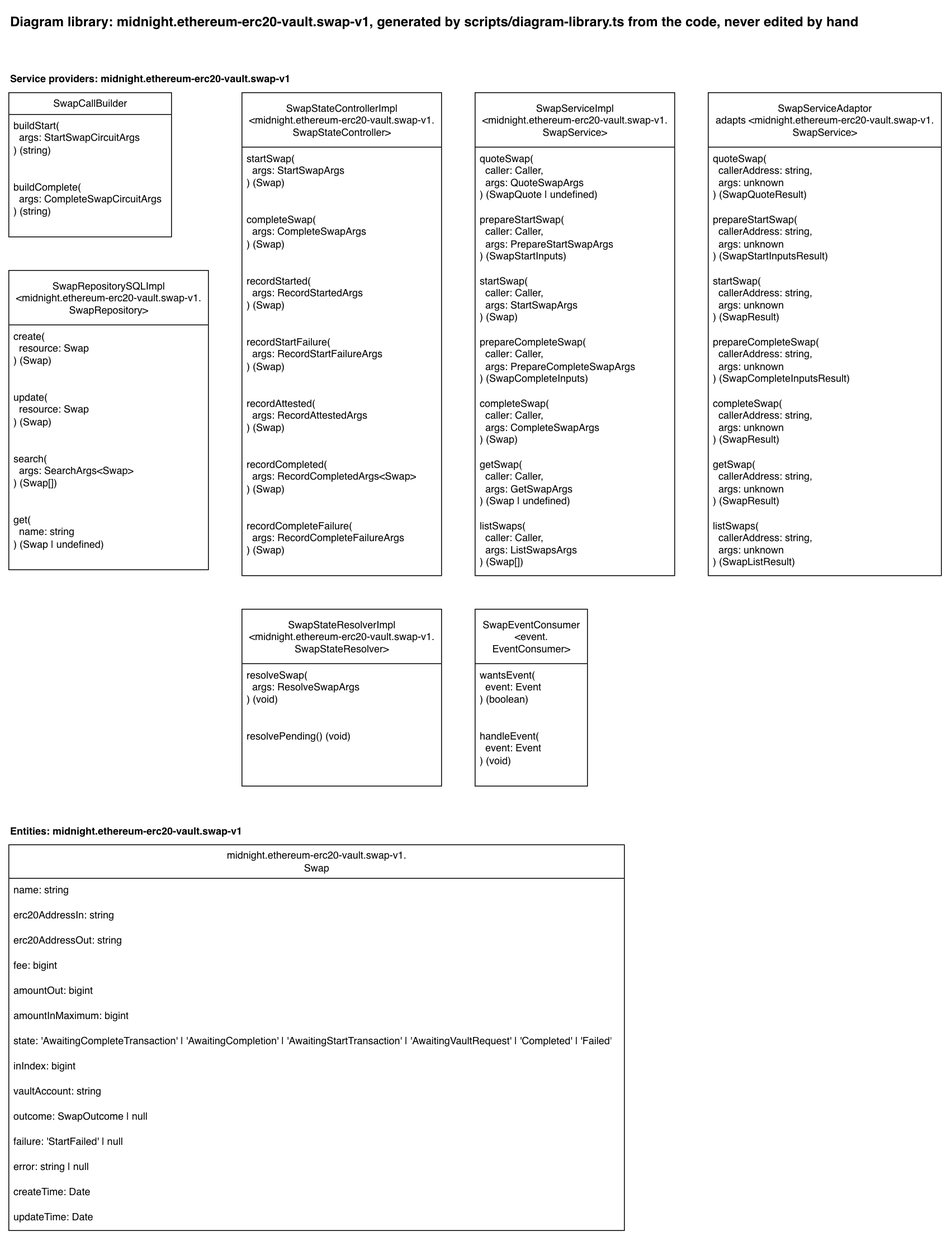
Before: docs/diagram-library/midnight/ethereum-erc20-vault/swap-v1/diagram-library.drawio.png, a diagram exported from draw.io (sig-net/full-stack-demo). Source tidied: cells renumbered, new cells last; positions are measured from the earlier drawing's top-left corner, leaving out a move shared by most shapes.
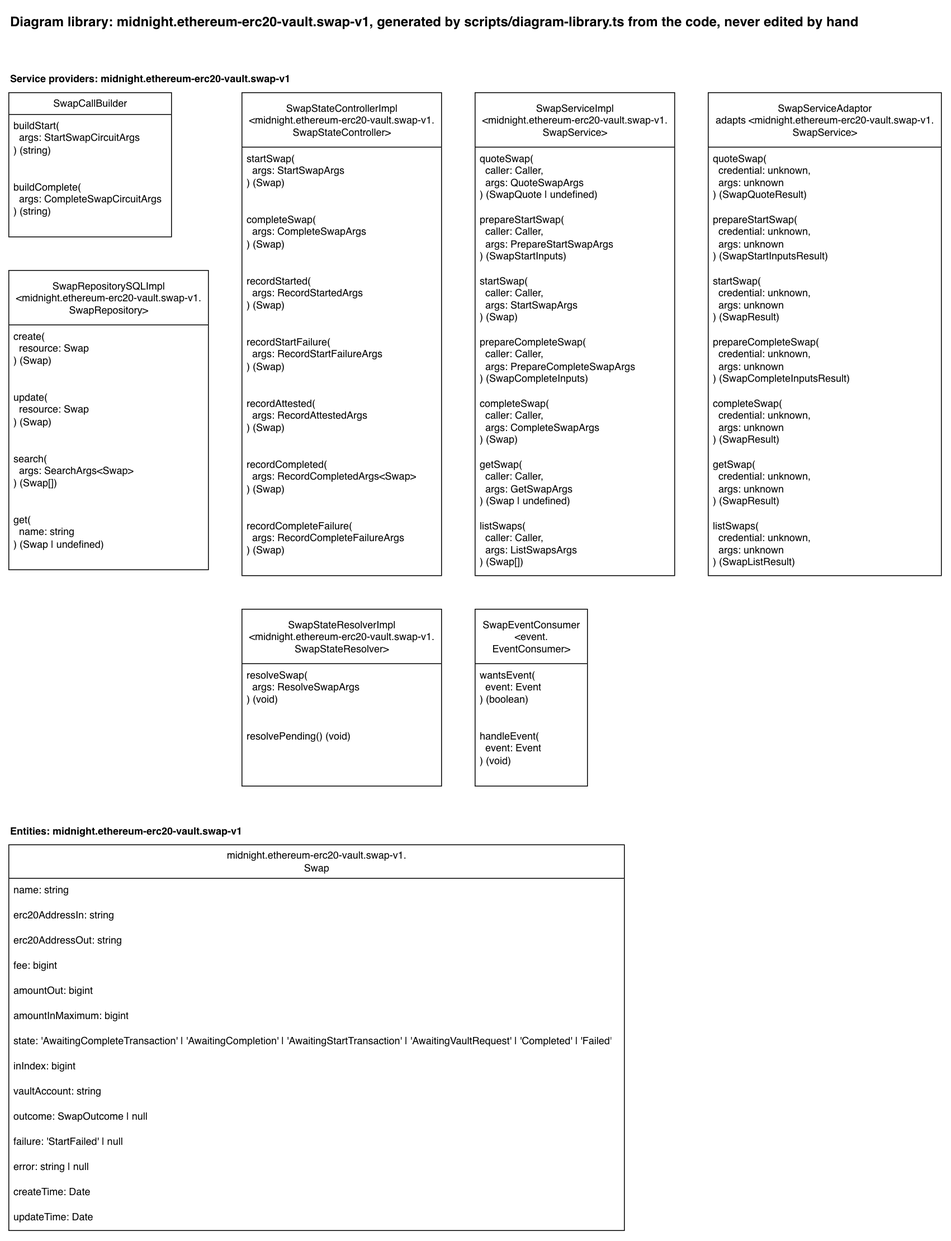
After the change.

The edit, as a diff of the source:
```diff
@@ -101,25 +101,25 @@
     <mxCell id="34" value="SwapServiceAdaptor&lt;br&gt;adapts &amp;lt;midnight.ethereum-erc20-vault.swap-v1.&lt;br&gt;SwapService&amp;gt;" style="swimlane;fontStyle=0;horizontal=1;startSize=65;fillColor=default;html=1;fillStyle=solid;" parent="1" vertex="1">
       <mxGeometry x="834" y="100" width="278" height="576" as="geometry" />
     </mxCell>
-    <mxCell id="35" value="quoteSwap(&lt;br&gt;&amp;nbsp; callerAddress: string,&lt;br&gt;&amp;nbsp; args: unknown&lt;br&gt;) (SwapQuoteResult)" style="text;strokeColor=none;fillColor=none;align=left;verticalAlign=top;spacingLeft=4;spacingRight=4;overflow=hidden;whiteSpace=wrap;html=1;" parent="34" vertex="1">
+    <mxCell id="35" value="quoteSwap(&lt;br&gt;&amp;nbsp; credential: unknown,&lt;br&gt;&amp;nbsp; args: unknown&lt;br&gt;) (SwapQuoteResult)" style="text;strokeColor=none;fillColor=none;align=left;verticalAlign=top;spacingLeft=4;spacingRight=4;overflow=hidden;whiteSpace=wrap;html=1;" parent="34" vertex="1">
       <mxGeometry y="65" width="278" height="73" as="geometry" />
     </mxCell>
-    <mxCell id="36" value="prepareStartSwap(&lt;br&gt;&amp;nbsp; callerAddress: string,&lt;br&gt;&amp;nbsp; args: unknown&lt;br&gt;) (SwapStartInputsResult)" style="text;strokeColor=none;fillColor=none;align=left;verticalAlign=top;spacingLeft=4;spacingRight=4;overflow=hidden;whiteSpace=wrap;html=1;" parent="34" vertex="1">
+    <mxCell id="36" value="prepareStartSwap(&lt;br&gt;&amp;nbsp; credential: unknown,&lt;br&gt;&amp;nbsp; args: unknown&lt;br&gt;) (SwapStartInputsResult)" style="text;strokeColor=none;fillColor=none;align=left;verticalAlign=top;spacingLeft=4;spacingRight=4;overflow=hidden;whiteSpace=wrap;html=1;" parent="34" vertex="1">
       <mxGeometry y="138" width="278" height="73" as="geometry" />
     </mxCell>
-    <mxCell id="37" value="startSwap(&lt;br&gt;&amp;nbsp; callerAddress: string,&lt;br&gt;&amp;nbsp; args: unknown&lt;br&gt;) (SwapResult)" style="text;strokeColor=none;fillColor=none;align=left;verticalAlign=top;spacingLeft=4;spacingRight=4;overflow=hidden;whiteSpace=wrap;html=1;" parent="34" vertex="1">
+    <mxCell id="37" value="startSwap(&lt;br&gt;&amp;nbsp; credential: unknown,&lt;br&gt;&amp;nbsp; args: unknown&lt;br&gt;) (SwapResult)" style="text;strokeColor=none;fillColor=none;align=left;verticalAlign=top;spacingLeft=4;spacingRight=4;overflow=hidden;whiteSpace=wrap;html=1;" parent="34" vertex="1">
       <mxGeometry y="211" width="278" height="73" as="geometry" />
     </mxCell>
-    <mxCell id="38" value="prepareCompleteSwap(&lt;br&gt;&amp;nbsp; callerAddress: string,&lt;br&gt;&amp;nbsp; args: unknown&lt;br&gt;) (SwapCompleteInputsResult)" style="text;strokeColor=none;fillColor=none;align=left;verticalAlign=top;spacingLeft=4;spacingRight=4;overflow=hidden;whiteSpace=wrap;html=1;" parent="34" vertex="1">
+    <mxCell id="38" value="prepareCompleteSwap(&lt;br&gt;&amp;nbsp; credential: unknown,&lt;br&gt;&amp;nbsp; args: unknown&lt;br&gt;) (SwapCompleteInputsResult)" style="text;strokeColor=none;fillColor=none;align=left;verticalAlign=top;spacingLeft=4;spacingRight=4;overflow=hidden;whiteSpace=wrap;html=1;" parent="34" vertex="1">
       <mxGeometry y="284" width="278" height="73" as="geometry" />
     </mxCell>
-    <mxCell id="39" value="completeSwap(&lt;br&gt;&amp;nbsp; callerAddress: string,&lt;br&gt;&amp;nbsp; args: unknown&lt;br&gt;) (SwapResult)" style="text;strokeColor=none;fillColor=none;align=left;verticalAlign=top;spacingLeft=4;spacingRight=4;overflow=hidden;whiteSpace=wrap;html=1;" parent="34" vertex="1">
+    <mxCell id="39" value="completeSwap(&lt;br&gt;&amp;nbsp; credential: unknown,&lt;br&gt;&amp;nbsp; args: unknown&lt;br&gt;) (SwapResult)" style="text;strokeColor=none;fillColor=none;align=left;verticalAlign=top;spacingLeft=4;spacingRight=4;overflow=hidden;whiteSpace=wrap;html=1;" parent="34" vertex="1">
       <mxGeometry y="357" width="278" height="73" as="geometry" />
     </mxCell>
-    <mxCell id="40" value="getSwap(&lt;br&gt;&amp;nbsp; callerAddress: string,&lt;br&gt;&amp;nbsp; args: unknown&lt;br&gt;) (SwapResult)" style="text;strokeColor=none;fillColor=none;align=left;verticalAlign=top;spacingLeft=4;spacingRight=4;overflow=hidden;whiteSpace=wrap;html=1;" parent="34" vertex="1">
+    <mxCell id="40" value="getSwap(&lt;br&gt;&amp;nbsp; credential: unknown,&lt;br&gt;&amp;nbsp; args: unknown&lt;br&gt;) (SwapResult)" style="text;strokeColor=none;fillColor=none;align=left;verticalAlign=top;spacingLeft=4;spacingRight=4;overflow=hidden;whiteSpace=wrap;html=1;" parent="34" vertex="1">
       <mxGeometry y="430" width="278" height="73" as="geometry" />
     </mxCell>
-    <mxCell id="41" value="listSwaps(&lt;br&gt;&amp;nbsp; callerAddress: string,&lt;br&gt;&amp;nbsp; args: unknown&lt;br&gt;) (SwapListResult)" style="text;strokeColor=none;fillColor=none;align=left;verticalAlign=top;spacingLeft=4;spacingRight=4;overflow=hidden;whiteSpace=wrap;html=1;" parent="34" vertex="1">
+    <mxCell id="41" value="listSwaps(&lt;br&gt;&amp;nbsp; credential: unknown,&lt;br&gt;&amp;nbsp; args: unknown&lt;br&gt;) (SwapListResult)" style="text;strokeColor=none;fillColor=none;align=left;verticalAlign=top;spacingLeft=4;spacingRight=4;overflow=hidden;whiteSpace=wrap;html=1;" parent="34" vertex="1">
       <mxGeometry y="503" width="278" height="73" as="geometry" />
     </mxCell>
     <mxCell id="42" value="Entities: midnight.ethereum-erc20-vault.swap-v1" style="text;html=1;fontStyle=1;" parent="1" vertex="1">
```
